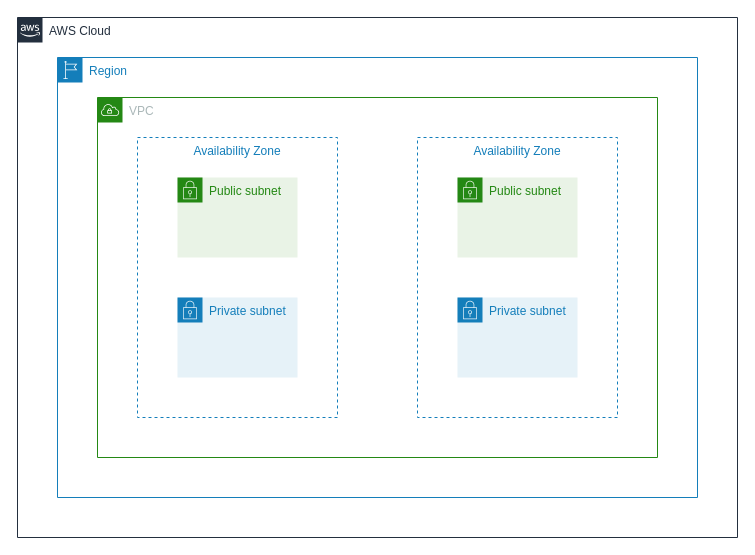
Above: Untitled Diagram.drawio in saisantoshg/learn_git (draw.io), before the change. Source tidied: cells renumbered, new cells numbered last; positions are measured from the earlier drawing's top-left corner, leaving out a move shared by most shapes. Both pictures are drawn from the tidied source at 100%, with x=0, y=0 at pixel (17, 17).
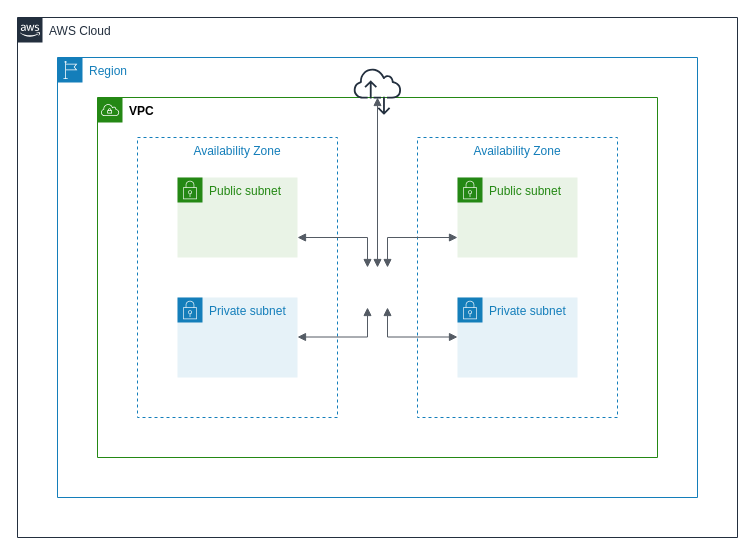
Above is the later version.

Commit message:
EDP_VPC

Diff of the diagram source:
```diff
@@
-    <mxCell id="10" value="VPC" style="points=[[0,0],[0.25,0],[0.5,0],[0.75,0],[1,0],[1,0.25],[1,0.5],[1,0.75],[1,1],[0.75,1],[0.5,1],[0.25,1],[0,1],[0,0.75],[0,0.5],[0,0.25]];outlineConnect=0;gradientColor=none;html=1;whiteSpace=wrap;fontSize=12;fontStyle=0;shape=mxgraph.aws4.group;grIcon=mxgraph.aws4.group_vpc;strokeColor=#248814;fillColor=none;verticalAlign=top;align=left;spacingLeft=30;fontColor=#AAB7B8;dashed=0;" parent="1" vertex="1">
+    <mxCell id="10" value="VPC" style="points=[[0,0],[0.25,0],[0.5,0],[0.75,0],[1,0],[1,0.25],[1,0.5],[1,0.75],[1,1],[0.75,1],[0.5,1],[0.25,1],[0,1],[0,0.75],[0,0.5],[0,0.25]];outlineConnect=0;gradientColor=none;html=1;whiteSpace=wrap;fontSize=12;fontStyle=1;shape=mxgraph.aws4.group;grIcon=mxgraph.aws4.group_vpc;strokeColor=#248814;fillColor=none;verticalAlign=top;align=left;spacingLeft=30;fontColor=#000000;dashed=0;" parent="1" vertex="1">
       <mxGeometry x="80" y="80" width="560" height="360" as="geometry" />
     </mxCell>
+    <mxCell id="11" style="fontColor=#232F3E;gradientColor=none;fillColor=#232F3E;strokeColor=none;dashed=0;verticalLabelPosition=bottom;verticalAlign=top;align=center;html=1;fontSize=12;fontStyle=0;shape=mxgraph.aws4.internet_alt2;" parent="1" vertex="1">
+      <mxGeometry x="336" y="50" width="48" height="48" as="geometry" />
+    </mxCell>
+    <mxCell id="12" style="outlineConnect=0;dashed=0;verticalLabelPosition=bottom;verticalAlign=top;align=center;html=1;fontSize=12;fontStyle=0;shape=mxgraph.aws4.customer_gateway;fillColor=#ffffff;" parent="1" vertex="1">
+      <mxGeometry x="340" y="250" width="40" height="40" as="geometry" />
+    </mxCell>
+    <mxCell id="13" style="edgeStyle=orthogonalEdgeStyle;html=1;endArrow=block;elbow=vertical;startArrow=block;startFill=1;endFill=1;strokeColor=#545B64;rounded=0;" parent="1" edge="1" target="12">
+      <mxGeometry relative="1" as="geometry">
+        <mxPoint x="280" y="220" as="sourcePoint" />
+        <Array as="points">
+          <mxPoint x="350" y="220" />
+        </Array>
+      </mxGeometry>
+    </mxCell>
+    <mxCell id="14" style="edgeStyle=orthogonalEdgeStyle;html=1;endArrow=block;elbow=vertical;startArrow=block;startFill=1;endFill=1;strokeColor=#545B64;rounded=0;" parent="1" edge="1" source="12">
+      <mxGeometry relative="1" as="geometry">
+        <mxPoint x="440" y="220" as="targetPoint" />
+        <Array as="points">
+          <mxPoint x="370" y="220" />
+        </Array>
+      </mxGeometry>
+    </mxCell>
+    <mxCell id="15" style="edgeStyle=orthogonalEdgeStyle;html=1;endArrow=block;elbow=vertical;startArrow=block;startFill=1;endFill=1;strokeColor=#545B64;rounded=0;" parent="1" edge="1" target="12">
+      <mxGeometry relative="1" as="geometry">
+        <mxPoint x="280" y="319.5" as="sourcePoint" />
+        <Array as="points">
+          <mxPoint x="350" y="320" />
+        </Array>
+      </mxGeometry>
+    </mxCell>
+    <mxCell id="16" style="edgeStyle=orthogonalEdgeStyle;html=1;endArrow=block;elbow=vertical;startArrow=block;startFill=1;endFill=1;strokeColor=#545B64;rounded=0;" parent="1" edge="1" source="12">
+      <mxGeometry relative="1" as="geometry">
+        <mxPoint x="440" y="319.5" as="targetPoint" />
+        <Array as="points">
+          <mxPoint x="370" y="320" />
+        </Array>
+      </mxGeometry>
+    </mxCell>
+    <mxCell id="17" style="edgeStyle=orthogonalEdgeStyle;html=1;endArrow=block;elbow=vertical;startArrow=block;startFill=1;endFill=1;strokeColor=#545B64;rounded=0;" parent="1" edge="1" target="10">
+      <mxGeometry relative="1" as="geometry">
+        <mxPoint x="360" y="250" as="sourcePoint" />
+        <Array as="points">
+          <mxPoint x="360" y="100" />
+          <mxPoint x="360" y="100" />
+        </Array>
+      </mxGeometry>
+    </mxCell>
```
